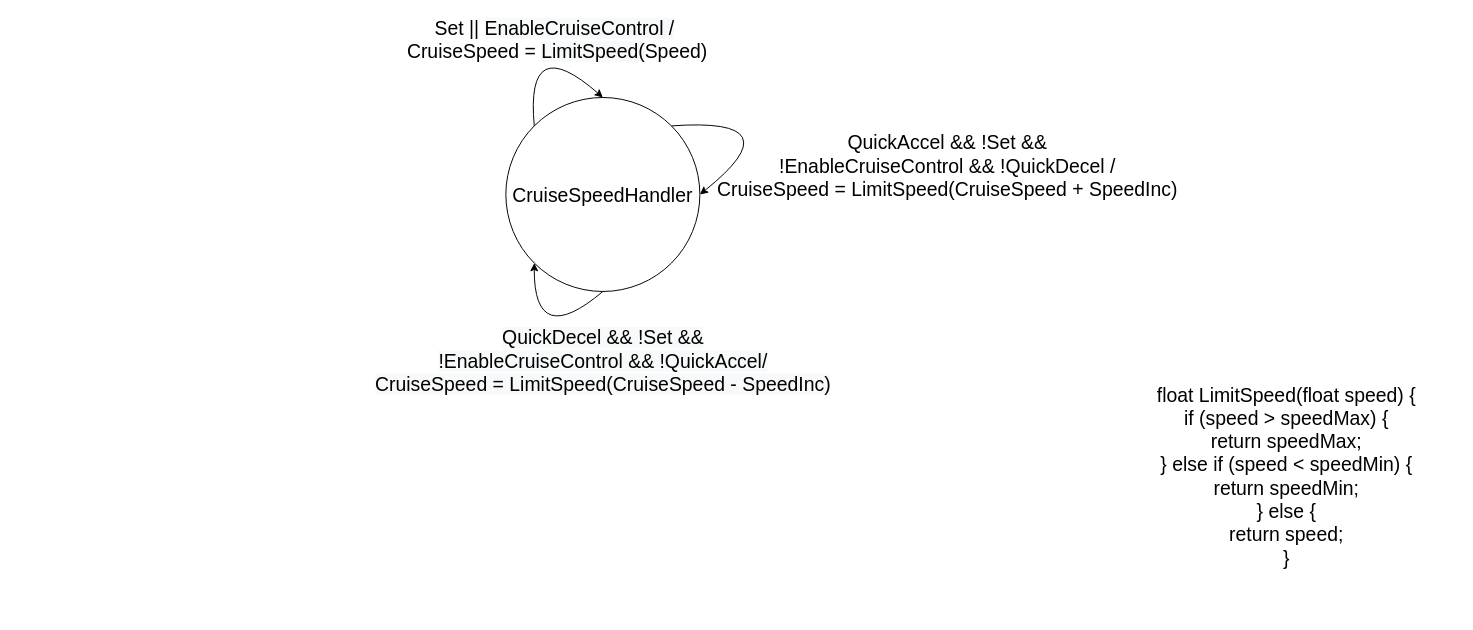
jacoballen4534/Cruise-Controller keeps this draw.io diagram as Diagrams/FSMs/Cruise Speed Control_FSM.drawio. Above is the earlier version. Source tidied: cells renumbered, new cells numbered last; positions are measured from the earlier drawing's top-left corner, leaving out a move shared by most shapes. Both pictures are drawn from the tidied source at 97%, with x=0, y=0 at pixel (505, 29).
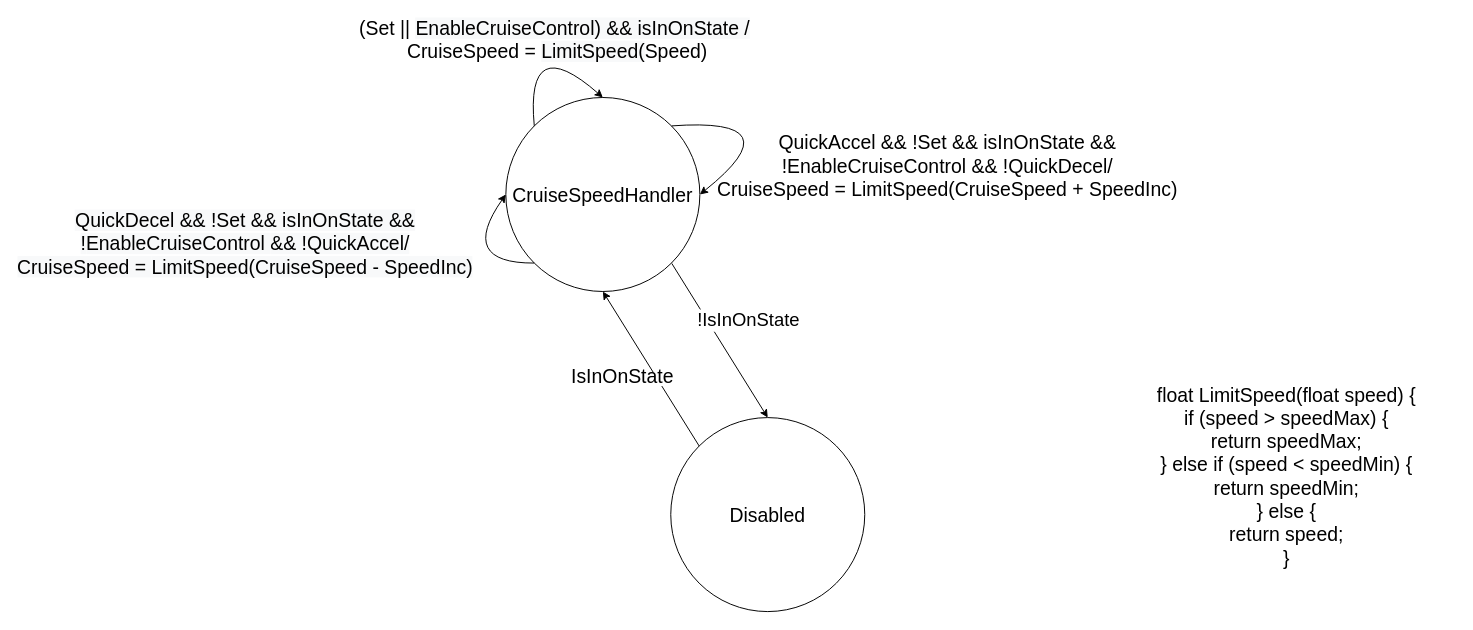
Above is the later version.

Commit message (it also covers changes not shown here):
Add isInOnState signal to pause the speed controll and cruise speed controll when in standy, disable and off states

The change refers to these unchanged cells:
```xml
<mxCell id="2" value="&lt;font style=&quot;font-size: 20px&quot;&gt;CruiseSpeedHandler&lt;br&gt;&lt;/font&gt;" style="ellipse;whiteSpace=wrap;html=1;" parent="1" vertex="1">
  <mxGeometry y="70" width="200" height="200" as="geometry" />
</mxCell>
<mxCell id="3" style="curved=1;endArrow=classic;html=1;exitX=0;exitY=0;exitDx=0;exitDy=0;entryX=0.5;entryY=0;entryDx=0;entryDy=0;" parent="1" edge="1" source="2" target="2">
  <mxGeometry relative="1" as="geometry">
    <Array as="points">
      <mxPoint x="20" />
    </Array>
  </mxGeometry>
</mxCell>
```

Change to the diagram source:
```diff
@@
-    <mxCell id="4" value="&lt;font style=&quot;font-size: 20px&quot;&gt;Set ||&amp;nbsp;&lt;span style=&quot;background-color: rgb(248 , 249 , 250)&quot;&gt;EnableCruiseControl&amp;nbsp;/&lt;br&gt;&lt;/span&gt;&amp;nbsp;CruiseSpeed =&amp;nbsp;&lt;span style=&quot;background-color: rgb(248 , 249 , 250)&quot;&gt;LimitSpeed(&lt;/span&gt;Speed)&lt;/font&gt;" style="edgeLabel;html=1;align=center;verticalAlign=middle;" parent="3" vertex="1">
+    <mxCell id="4" value="&lt;font style=&quot;font-size: 20px&quot;&gt;(Set ||&amp;nbsp;&lt;span style=&quot;background-color: rgb(248 , 249 , 250)&quot;&gt;EnableCruiseControl) &amp;amp;&amp;amp;&amp;nbsp;&lt;/span&gt;&lt;span style=&quot;background-color: rgb(248 , 249 , 250)&quot;&gt;isInOnState&lt;/span&gt;&lt;span style=&quot;background-color: rgb(248 , 249 , 250)&quot;&gt;&amp;nbsp;/&lt;br&gt;&lt;/span&gt;&amp;nbsp;CruiseSpeed =&amp;nbsp;&lt;span style=&quot;background-color: rgb(248 , 249 , 250)&quot;&gt;LimitSpeed(&lt;/span&gt;Speed)&lt;/font&gt;" style="edgeLabel;html=1;align=center;verticalAlign=middle;" parent="3" vertex="1">
       <mxGeometry x="-0.47" y="-22" relative="1" as="geometry">
         <mxPoint x="3.9" y="-32.5" as="offset" />
       </mxGeometry>
     </mxCell>
@@
-    <mxCell id="6" value="&lt;font style=&quot;font-size: 20px&quot;&gt;QuickAccel &amp;amp;&amp;amp; !Set &amp;amp;&amp;amp;&lt;br&gt;!EnableCruiseControl &amp;amp;&amp;amp;&amp;nbsp;!QuickDecel /&lt;br&gt;CruiseSpeed =&amp;nbsp;&lt;span&gt;LimitSpeed(&lt;/span&gt;CruiseSpeed&amp;nbsp;+ SpeedInc)&lt;br&gt;&lt;/font&gt;" style="text;html=1;align=center;verticalAlign=middle;" parent="1" vertex="1">
+    <mxCell id="6" value="&lt;font style=&quot;font-size: 20px&quot;&gt;QuickAccel &amp;amp;&amp;amp; !Set &amp;amp;&amp;amp; isInOnState&amp;nbsp;&amp;amp;&amp;amp;&lt;br&gt;!EnableCruiseControl &amp;amp;&amp;amp;&amp;nbsp;!QuickDecel/&lt;br&gt;CruiseSpeed =&amp;nbsp;&lt;span&gt;LimitSpeed(&lt;/span&gt;CruiseSpeed&amp;nbsp;+ SpeedInc)&lt;br&gt;&lt;/font&gt;" style="text;html=1;align=center;verticalAlign=middle;" parent="1" vertex="1">
       <mxGeometry x="210" y="110" width="490" height="60" as="geometry" />
     </mxCell>
-    <mxCell id="7" style="curved=1;endArrow=classic;html=1;exitX=0.5;exitY=1;exitDx=0;exitDy=0;entryX=0;entryY=1;entryDx=0;entryDy=0;" parent="1" edge="1" source="2" target="2">
+    <mxCell id="7" style="curved=1;endArrow=classic;html=1;exitX=0;exitY=1;exitDx=0;exitDy=0;entryX=0;entryY=0.5;entryDx=0;entryDy=0;" parent="1" edge="1" source="2" target="2">
       <mxGeometry relative="1" as="geometry">
         <Array as="points">
-          <mxPoint x="29" y="330" />
+          <mxPoint x="-50" y="241" />
         </Array>
       </mxGeometry>
     </mxCell>
-    <mxCell id="8" value="&lt;span style=&quot;font-size: 20px ; background-color: rgb(248 , 249 , 250)&quot;&gt;QuickDecel &amp;amp;&amp;amp;&amp;nbsp;&lt;/span&gt;&lt;span style=&quot;font-size: 20px ; background-color: rgb(248 , 249 , 250)&quot;&gt;!Set &amp;amp;&amp;amp;&lt;br&gt;!&lt;/span&gt;&lt;span style=&quot;font-size: 20px ; background-color: rgb(248 , 249 , 250)&quot;&gt;EnableCruiseControl&amp;nbsp;&lt;/span&gt;&lt;span style=&quot;font-size: 20px ; background-color: rgb(248 , 249 , 250)&quot;&gt;&amp;amp;&amp;amp; !QuickAccel/&lt;br&gt;&lt;/span&gt;&lt;span style=&quot;font-size: 20px ; background-color: rgb(248 , 249 , 250)&quot;&gt;CruiseSpeed =&amp;nbsp;&lt;/span&gt;&lt;span style=&quot;font-size: 20px ; background-color: rgb(248 , 249 , 250)&quot;&gt;LimitSpeed(&lt;/span&gt;&lt;span style=&quot;font-size: 20px ; background-color: rgb(248 , 249 , 250)&quot;&gt;CruiseSpeed - SpeedInc)&lt;/span&gt;" style="edgeLabel;html=1;align=center;verticalAlign=middle;" parent="7" vertex="1">
+    <mxCell id="8" value="&lt;span style=&quot;font-size: 20px ; background-color: rgb(248 , 249 , 250)&quot;&gt;QuickDecel &amp;amp;&amp;amp;&amp;nbsp;&lt;/span&gt;&lt;span style=&quot;font-size: 20px ; background-color: rgb(248 , 249 , 250)&quot;&gt;!Set &amp;amp;&amp;amp;&amp;nbsp;&lt;/span&gt;&lt;span style=&quot;font-size: 20px ; background-color: rgb(248 , 249 , 250)&quot;&gt;isInOnState &amp;amp;&amp;amp;&lt;/span&gt;&lt;span style=&quot;font-size: 20px ; background-color: rgb(248 , 249 , 250)&quot;&gt;&lt;br&gt;!&lt;/span&gt;&lt;span style=&quot;font-size: 20px ; background-color: rgb(248 , 249 , 250)&quot;&gt;EnableCruiseControl&amp;nbsp;&lt;/span&gt;&lt;span style=&quot;font-size: 20px ; background-color: rgb(248 , 249 , 250)&quot;&gt;&amp;amp;&amp;amp; !QuickAccel/&lt;br&gt;&lt;/span&gt;&lt;span style=&quot;font-size: 20px ; background-color: rgb(248 , 249 , 250)&quot;&gt;CruiseSpeed =&amp;nbsp;&lt;/span&gt;&lt;span style=&quot;font-size: 20px ; background-color: rgb(248 , 249 , 250)&quot;&gt;LimitSpeed(&lt;/span&gt;&lt;span style=&quot;font-size: 20px ; background-color: rgb(248 , 249 , 250)&quot;&gt;CruiseSpeed - SpeedInc)&lt;/span&gt;" style="edgeLabel;html=1;align=center;verticalAlign=middle;" parent="7" vertex="1">
       <mxGeometry x="-0.76" y="4" relative="1" as="geometry">
-        <mxPoint x="13.5" y="53.4" as="offset" />
+        <mxPoint x="-279.3" y="-24.8" as="offset" />
       </mxGeometry>
     </mxCell>
@@
+    <mxCell id="10" value="&lt;font style=&quot;font-size: 20px&quot;&gt;Disabled&lt;br&gt;&lt;/font&gt;" style="ellipse;whiteSpace=wrap;html=1;" parent="1" vertex="1">
+      <mxGeometry x="170" y="400" width="200" height="200" as="geometry" />
+    </mxCell>
+    <mxCell id="11" style="endArrow=classic;html=1;entryX=0.5;entryY=0;entryDx=0;entryDy=0;" parent="1" edge="1" target="10">
+      <mxGeometry relative="1" as="geometry">
+        <mxPoint x="171" y="241" as="sourcePoint" />
+      </mxGeometry>
+    </mxCell>
+    <mxCell id="12" value="&lt;font style=&quot;font-size: 19px&quot;&gt;!IsInOnState&lt;/font&gt;" style="edgeLabel;html=1;align=center;verticalAlign=middle;" parent="11" vertex="1">
+      <mxGeometry x="-0.18" relative="1" as="geometry">
+        <mxPoint x="38.2" y="-6.4" as="offset" />
+      </mxGeometry>
+    </mxCell>
+    <mxCell id="13" style="endArrow=classic;html=1;exitX=0;exitY=0;exitDx=0;exitDy=0;entryX=0.5;entryY=1;entryDx=0;entryDy=0;" parent="1" edge="1" source="10" target="2">
+      <mxGeometry relative="1" as="geometry" />
+    </mxCell>
+    <mxCell id="14" value="&lt;span style=&quot;background-color: rgb(255 , 255 , 255)&quot;&gt;&lt;font style=&quot;font-size: 20px&quot;&gt;IsInOnState&lt;/font&gt;&lt;/span&gt;" style="text;html=1;align=center;verticalAlign=middle;" parent="1" vertex="1">
+      <mxGeometry x="60" y="347" width="120" height="20" as="geometry" />
+    </mxCell>
```
